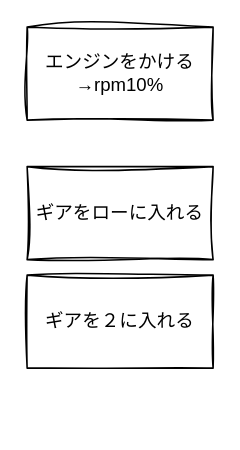
Above: page "ページ4" (5 of 6) of doc/mt.drawio in Masan-k/mt (draw.io), before the change. Source tidied: cells renumbered, new cells numbered last; positions are measured from the earlier drawing's top-left corner, leaving out a move shared by most shapes. Both pictures are drawn from the tidied source at 155%, with x=0, y=0 at pixel (26, 26).
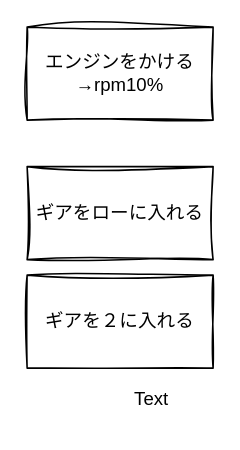
The same diagram, later.

Change to the diagram source:
```diff
@@
 <mxGraphModel>
   <root>
     <mxCell id="0" />
     <mxCell id="1" parent="0" />
     <mxCell id="2" value="エンジンをかける&lt;br&gt;→rpm10%" style="rounded=0;whiteSpace=wrap;html=1;sketch=1;curveFitting=1;jiggle=2;" parent="1" vertex="1">
       <mxGeometry width="120" height="60" as="geometry" />
     </mxCell>
     <mxCell id="3" value="ギアをローに入れる" style="rounded=0;whiteSpace=wrap;html=1;sketch=1;curveFitting=1;jiggle=2;" parent="1" vertex="1">
       <mxGeometry y="90" width="120" height="60" as="geometry" />
     </mxCell>
     <mxCell id="4" value="ギアを２に入れる" style="rounded=0;whiteSpace=wrap;html=1;sketch=1;curveFitting=1;jiggle=2;" parent="1" vertex="1">
       <mxGeometry y="160" width="120" height="60" as="geometry" />
     </mxCell>
+    <mxCell id="5" value="Text" style="text;html=1;align=center;verticalAlign=middle;strokeColor=none;fillColor=none;" parent="1" vertex="1">
+      <mxGeometry x="55" y="225" width="50" height="30" as="geometry" />
+    </mxCell>
   </root>
 </mxGraphModel>
```
